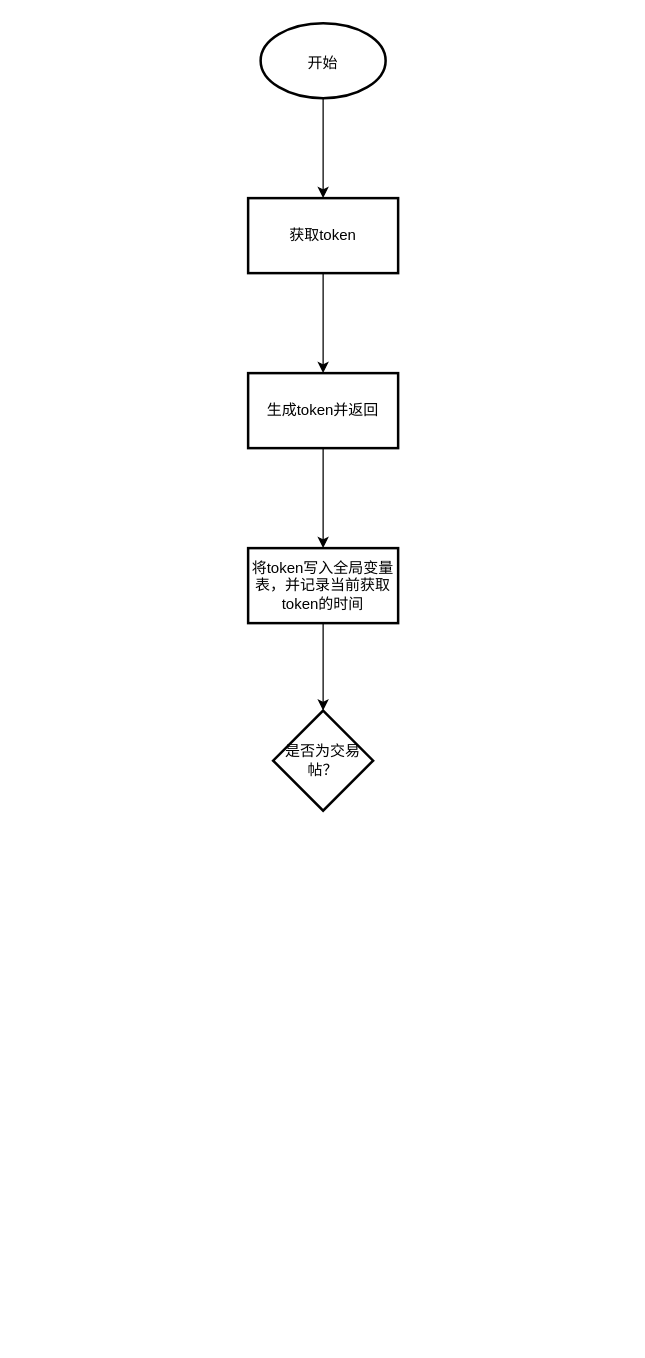
Zhou-Ru-Xuan/drawio-workplace keeps this draw.io diagram as page "页面监听加载" (1 of 3) of tietie/发帖页面.drawio. Above is the earlier version. Source tidied: cells renumbered, new cells numbered last; positions are measured from the earlier drawing's top-left corner, leaving out a move shared by most shapes. Both pictures are drawn from the tidied source at 125%, with x=0, y=0 at pixel (248, 22).
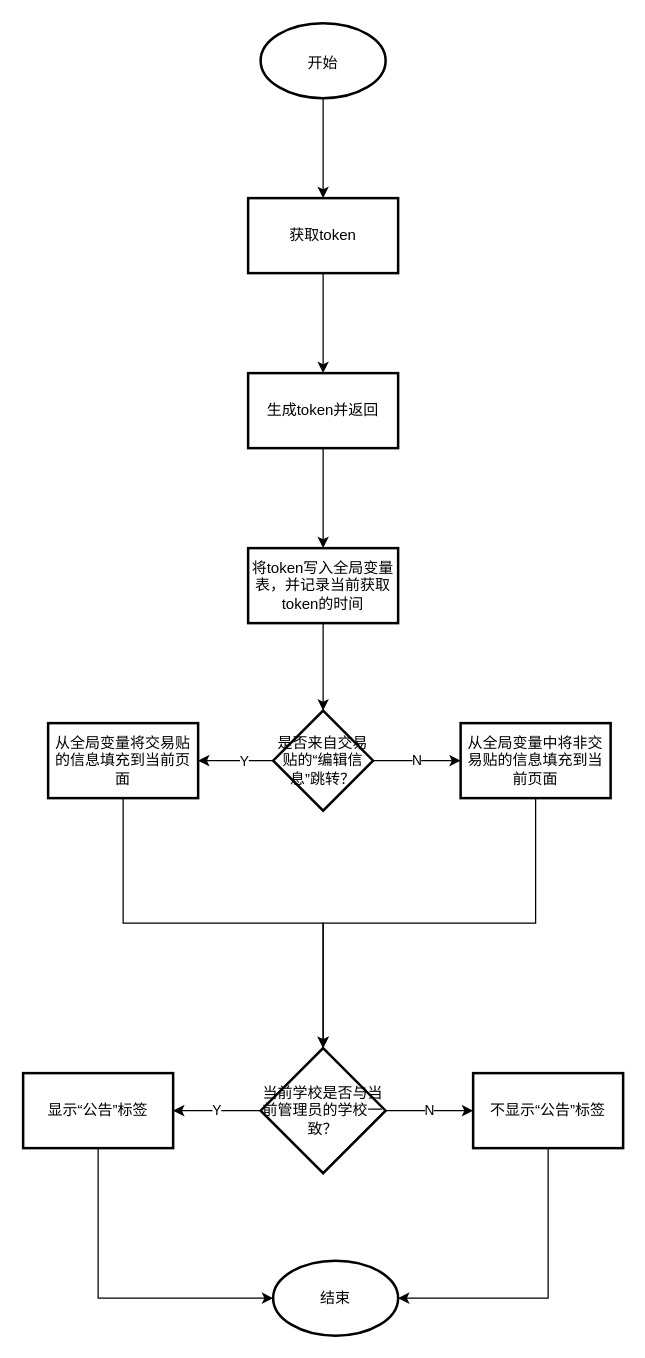
The same page after the edit.

Change to the diagram source:
```diff
@@
+    <mxCell id="11" style="edgeStyle=orthogonalEdgeStyle;rounded=0;jettySize=auto;html=1;" parent="1" edge="1" source="10" target="15">
+      <mxGeometry relative="1" as="geometry" />
+    </mxCell>
+    <mxCell id="12" value="Y" style="edgeLabel;html=1;align=center;verticalAlign=middle;" parent="11" vertex="1">
+      <mxGeometry x="-0.2" y="3" relative="1" as="geometry">
+        <mxPoint y="-3" as="offset" />
+      </mxGeometry>
+    </mxCell>
+    <mxCell id="13" value="N" style="edgeStyle=orthogonalEdgeStyle;rounded=0;jettySize=auto;html=1;exitX=1;exitY=0.5;exitDx=0;exitDy=0;entryX=0;entryY=0.5;entryDx=0;entryDy=0;" parent="1" edge="1" source="10" target="17">
+      <mxGeometry relative="1" as="geometry" />
+    </mxCell>
-    <mxCell id="10" value="是否为交易帖？" style="rhombus;whiteSpace=wrap;html=1;fontColor=#000000;strokeWidth=2;" parent="1" vertex="1">
+    <mxCell id="10" value="是否来自交易贴的“编辑信息”跳转？" style="rhombus;whiteSpace=wrap;html=1;fontColor=#000000;strokeWidth=2;" parent="1" vertex="1">
       <mxGeometry x="20" y="550" width="80" height="80" as="geometry" />
     </mxCell>
+    <mxCell id="14" style="edgeStyle=orthogonalEdgeStyle;rounded=0;jettySize=auto;html=1;exitX=0.5;exitY=1;exitDx=0;exitDy=0;entryX=0.5;entryY=0;entryDx=0;entryDy=0;entryPerimeter=0;" parent="1" edge="1" source="15" target="20">
+      <mxGeometry relative="1" as="geometry" />
+    </mxCell>
+    <mxCell id="15" value="从全局变量将交易贴的信息填充到当前页面" style="whiteSpace=wrap;html=1;fontColor=#000000;strokeWidth=2;" parent="1" vertex="1">
+      <mxGeometry x="-160" y="560" width="120" height="60" as="geometry" />
+    </mxCell>
+    <mxCell id="16" style="edgeStyle=orthogonalEdgeStyle;rounded=0;jettySize=auto;html=1;exitX=0.5;exitY=1;exitDx=0;exitDy=0;entryX=0.5;entryY=0;entryDx=0;entryDy=0;entryPerimeter=0;" parent="1" edge="1" source="17" target="20">
+      <mxGeometry relative="1" as="geometry" />
+    </mxCell>
+    <mxCell id="17" value="从全局变量中将非交易贴的信息填充到当前页面" style="whiteSpace=wrap;html=1;fontColor=#000000;strokeWidth=2;" parent="1" vertex="1">
+      <mxGeometry x="170" y="560" width="120" height="60" as="geometry" />
+    </mxCell>
+    <mxCell id="18" value="Y" style="edgeStyle=orthogonalEdgeStyle;rounded=0;jettySize=auto;html=1;" parent="1" edge="1" source="20" target="22">
+      <mxGeometry relative="1" as="geometry" />
+    </mxCell>
+    <mxCell id="19" value="N" style="edgeStyle=orthogonalEdgeStyle;rounded=0;jettySize=auto;html=1;exitX=1;exitY=0.5;exitDx=0;exitDy=0;exitPerimeter=0;" parent="1" edge="1" source="20" target="24">
+      <mxGeometry relative="1" as="geometry" />
+    </mxCell>
+    <mxCell id="20" value="当前学校是否与当前管理员的学校一致？" style="strokeWidth=2;html=1;shape=mxgraph.flowchart.decision;whiteSpace=wrap;" parent="1" vertex="1">
+      <mxGeometry x="10" y="820" width="100" height="100" as="geometry" />
+    </mxCell>
+    <mxCell id="21" style="edgeStyle=orthogonalEdgeStyle;rounded=0;jettySize=auto;html=1;exitX=0.5;exitY=1;exitDx=0;exitDy=0;entryX=0;entryY=0.5;entryDx=0;entryDy=0;entryPerimeter=0;" parent="1" edge="1" source="22" target="25">
+      <mxGeometry relative="1" as="geometry" />
+    </mxCell>
+    <mxCell id="22" value="显示“公告”标签" style="whiteSpace=wrap;html=1;strokeWidth=2;" parent="1" vertex="1">
+      <mxGeometry x="-180" y="840" width="120" height="60" as="geometry" />
+    </mxCell>
+    <mxCell id="23" style="edgeStyle=orthogonalEdgeStyle;rounded=0;jettySize=auto;html=1;exitX=0.5;exitY=1;exitDx=0;exitDy=0;entryX=1;entryY=0.5;entryDx=0;entryDy=0;entryPerimeter=0;" parent="1" edge="1" source="24" target="25">
+      <mxGeometry relative="1" as="geometry" />
+    </mxCell>
+    <mxCell id="24" value="不显示“公告”标签" style="whiteSpace=wrap;html=1;strokeWidth=2;" parent="1" vertex="1">
+      <mxGeometry x="180" y="840" width="120" height="60" as="geometry" />
+    </mxCell>
+    <mxCell id="25" value="结束" style="strokeWidth=2;html=1;shape=mxgraph.flowchart.start_1;whiteSpace=wrap;" parent="1" vertex="1">
+      <mxGeometry x="20" y="990" width="100" height="60" as="geometry" />
+    </mxCell>
```
